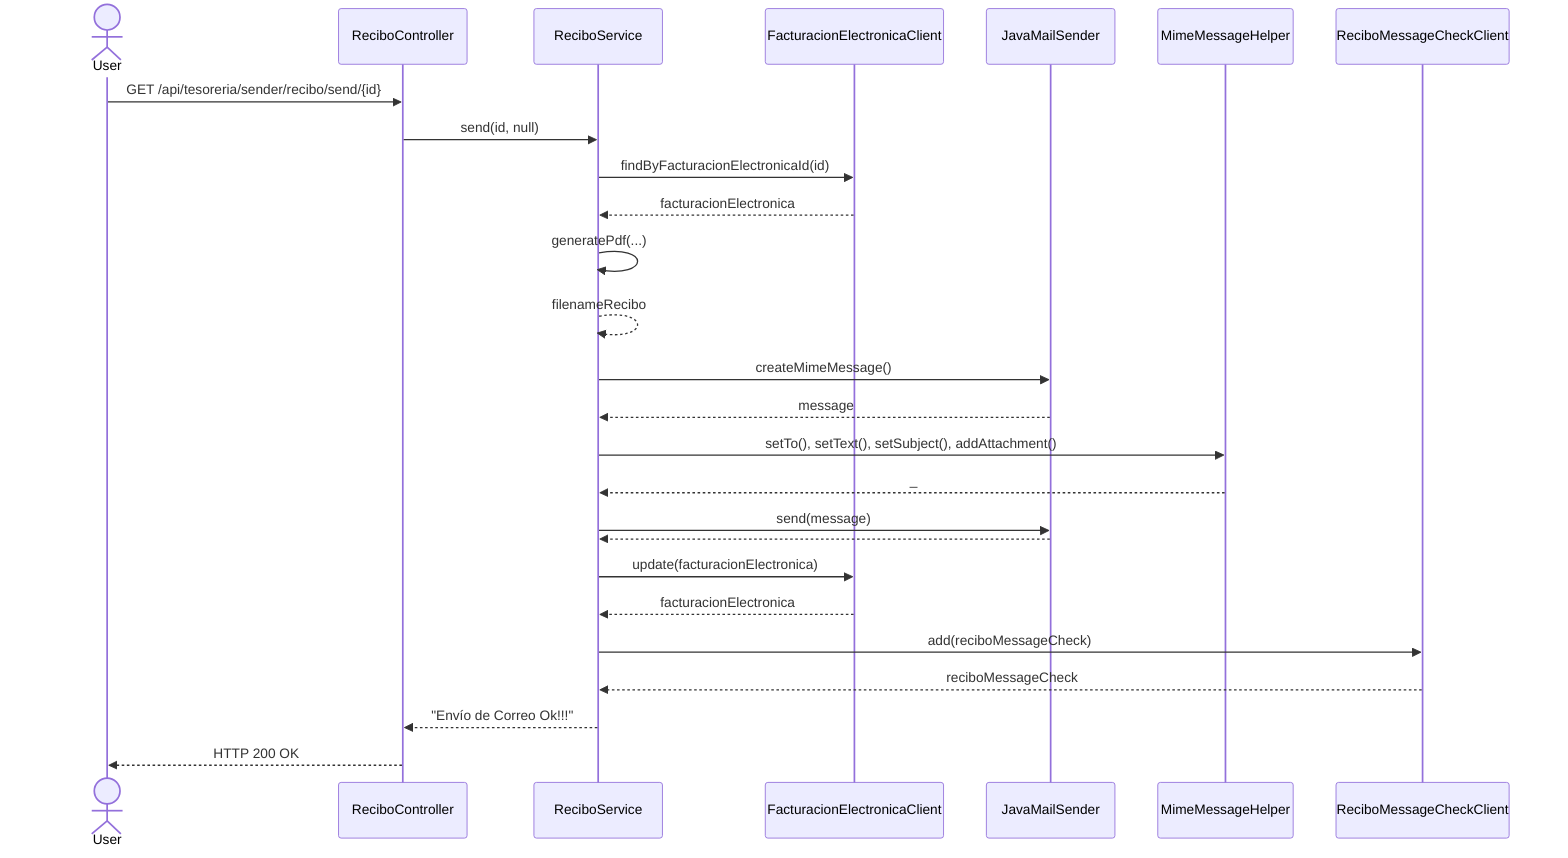
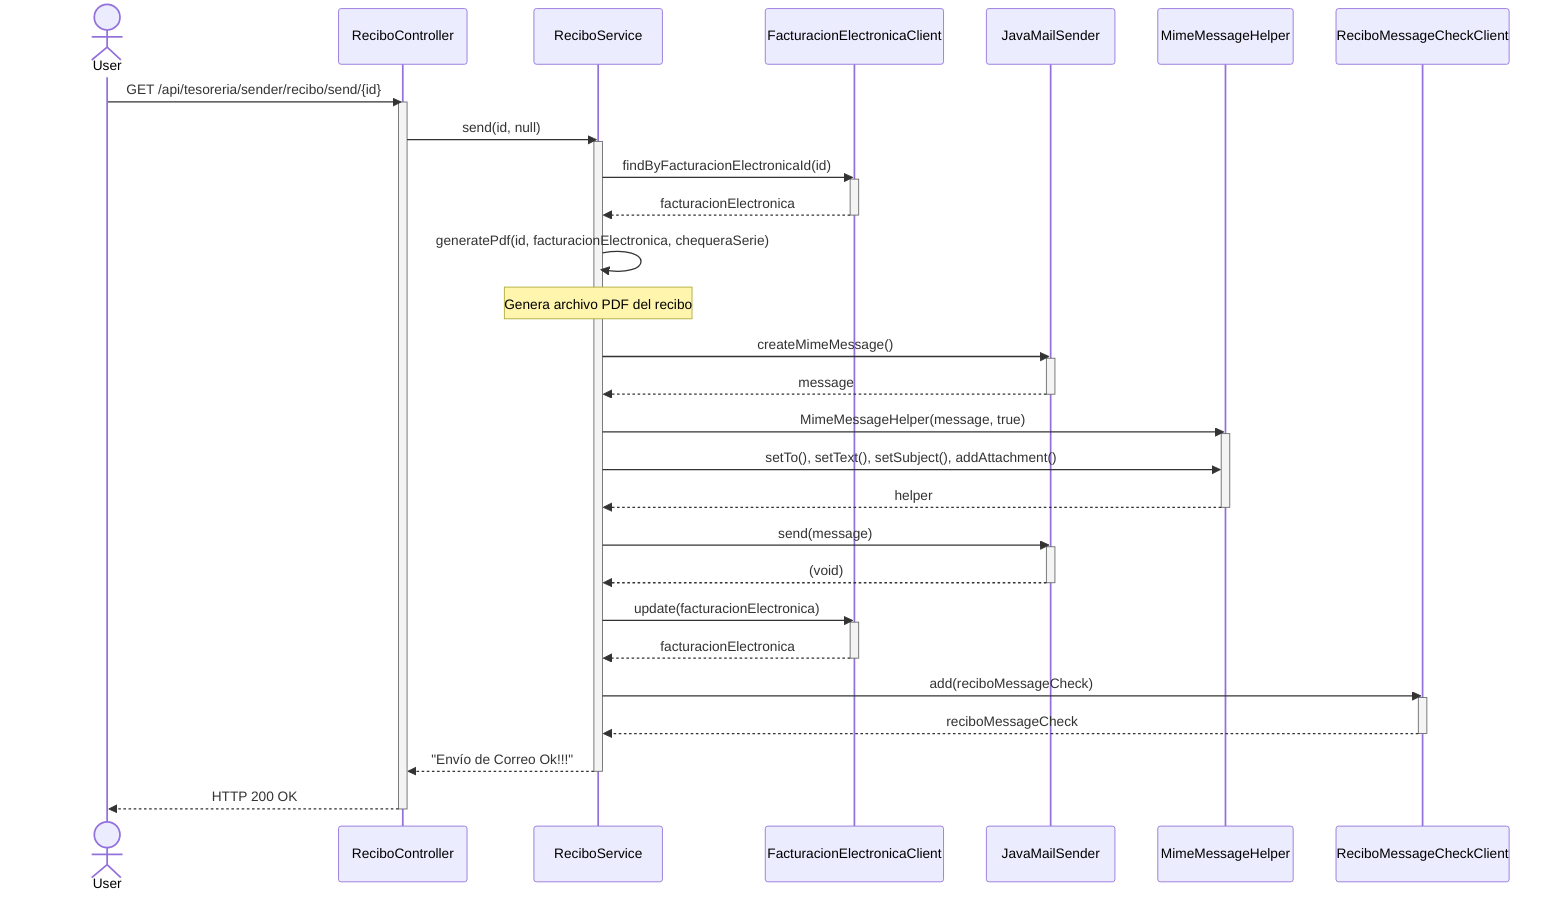
sequenceDiagram
    actor User
+     participant ReciboController
+     participant ReciboService
+     participant FacturacionElectronicaClient
+     participant JavaMailSender
+     participant MimeMessageHelper
+     participant ReciboMessageCheckClient
+ 
    User->>ReciboController: GET /api/tesoreria/sender/recibo/send/{id}
+     activate ReciboController
    ReciboController->>ReciboService: send(id, null)
+     activate ReciboService
+ 
    ReciboService->>FacturacionElectronicaClient: findByFacturacionElectronicaId(id)
+     activate FacturacionElectronicaClient
    FacturacionElectronicaClient-->>ReciboService: facturacionElectronica
-     ReciboService->>ReciboService: generatePdf(...)
-     ReciboService-->>ReciboService: filenameRecibo
+     deactivate FacturacionElectronicaClient
+ 
+     ReciboService->>ReciboService: generatePdf(id, facturacionElectronica, chequeraSerie)
+     Note over ReciboService: Genera archivo PDF del recibo
+ 
    ReciboService->>JavaMailSender: createMimeMessage()
+     activate JavaMailSender
    JavaMailSender-->>ReciboService: message
+     deactivate JavaMailSender
+ 
+     ReciboService->>MimeMessageHelper: MimeMessageHelper(message, true)
+     activate MimeMessageHelper
    ReciboService->>MimeMessageHelper: setTo(), setText(), setSubject(), addAttachment()
-     MimeMessageHelper-->>ReciboService: _
+     MimeMessageHelper-->>ReciboService: helper
+     deactivate MimeMessageHelper
+ 
    ReciboService->>JavaMailSender: send(message)
-     JavaMailSender-->>ReciboService:
+     activate JavaMailSender
+     JavaMailSender-->>ReciboService: (void)
+     deactivate JavaMailSender
+ 
    ReciboService->>FacturacionElectronicaClient: update(facturacionElectronica)
+     activate FacturacionElectronicaClient
    FacturacionElectronicaClient-->>ReciboService: facturacionElectronica
+     deactivate FacturacionElectronicaClient
+ 
    ReciboService->>ReciboMessageCheckClient: add(reciboMessageCheck)
+     activate ReciboMessageCheckClient
    ReciboMessageCheckClient-->>ReciboService: reciboMessageCheck
+     deactivate ReciboMessageCheckClient
+ 
    ReciboService-->>ReciboController: "Envío de Correo Ok!!!"
-     ReciboController-->>User: HTTP 200 OK+     deactivate ReciboService
+     ReciboController-->>User: HTTP 200 OK
+     deactivate ReciboController